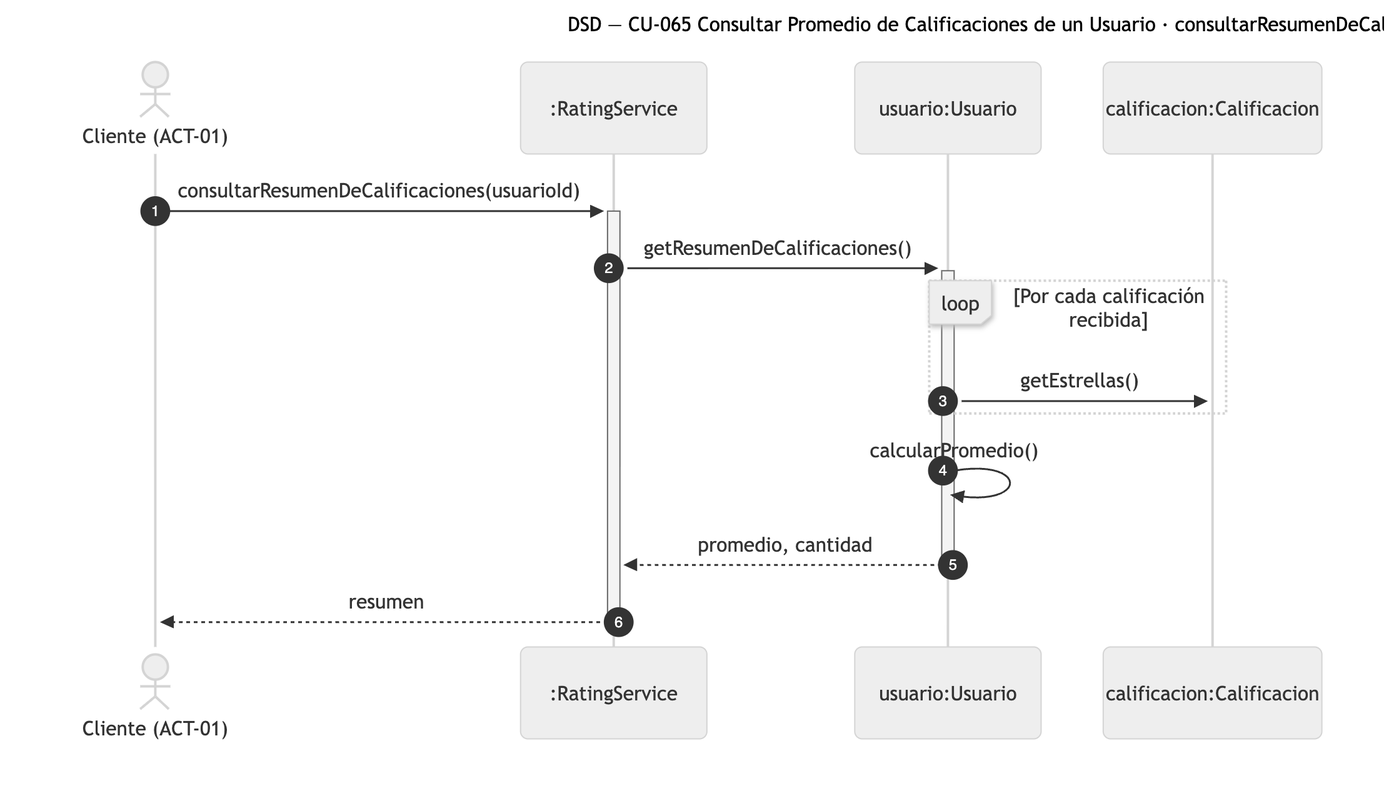
This is diagramas/png/DSD_CU-065_consultarResumenDeCalificaciones.png from Nahuelito-Dev/splg-docs, a Mermaid export, as it was before one commit. Its source is kept beside it as diagramas/DSD_CU-065_consultarResumenDeCalificaciones.mmd.
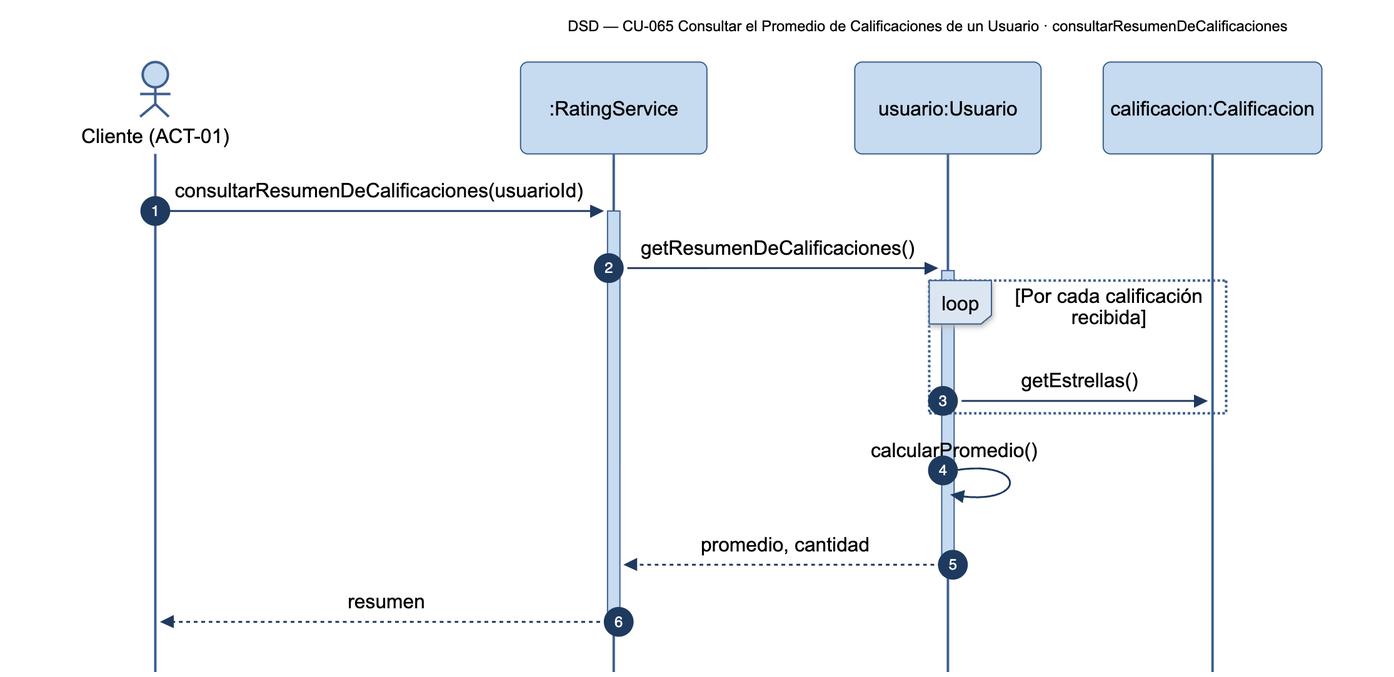
Later version of the same file.

What changed in the source:
```diff
@@ -1,5 +1,5 @@
 sequenceDiagram
-    title DSD — CU-065 Consultar Promedio de Calificaciones de un Usuario · consultarResumenDeCalificaciones
+    title DSD — CU-065 Consultar el Promedio de Calificaciones de un Usuario · consultarResumenDeCalificaciones
     autonumber
     actor CLI as Cliente (ACT-01)
     participant SRV as :RatingService
```
